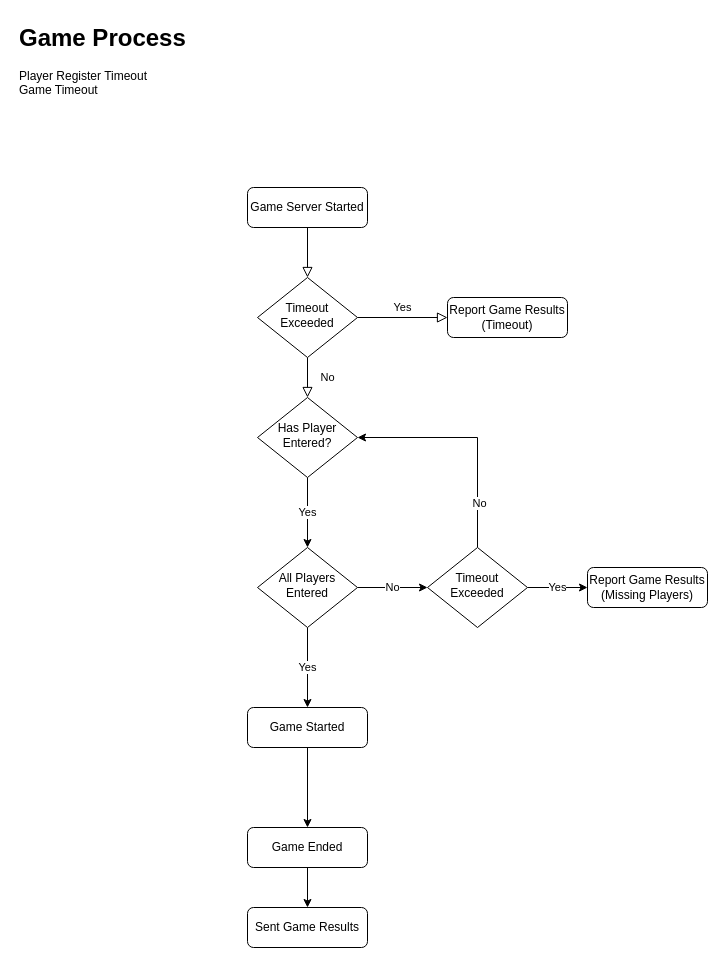
This is extra/GameServerFlow.drawio from CouchPartyGames/OpenTournament, a draw.io file, before an edit. Source tidied: cells renumbered, new cells numbered last; positions are measured from the earlier drawing's top-left corner, leaving out a move shared by most shapes. Both pictures are drawn from the tidied source at 100%, with x=0, y=0 at pixel (17, 17).
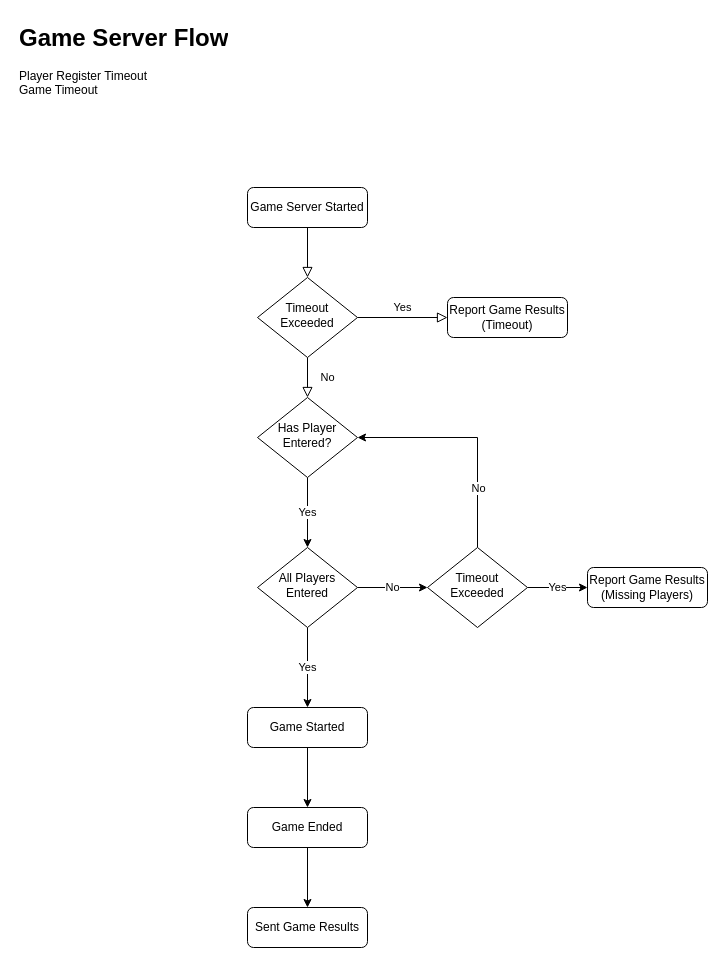
After the change.

Unchanged cells that the change refers to:
```xml
<mxCell id="20" style="edgeStyle=orthogonalEdgeStyle;rounded=0;jettySize=auto;html=1;entryX=1;entryY=0.5;entryDx=0;entryDy=0;" parent="1" edge="1" source="22" target="9">
  <mxGeometry relative="1" as="geometry">
    <Array as="points">
      <mxPoint x="460" y="420" />
    </Array>
  </mxGeometry>
</mxCell>
```

Change to the diagram source:
```diff
@@
     <mxCell id="16" value="Game Ended" style="rounded=1;whiteSpace=wrap;html=1;fontSize=12;glass=0;strokeWidth=1;shadow=0;" parent="1" vertex="1">
-      <mxGeometry x="230" y="810" width="120" height="40" as="geometry" />
+      <mxGeometry x="230" y="790" width="120" height="40" as="geometry" />
     </mxCell>
@@
     <mxCell id="21" value="No" style="edgeLabel;html=1;align=center;verticalAlign=middle;" parent="20" vertex="1">
-      <mxGeometry x="-0.61" y="-1" relative="1" as="geometry" />
+      <mxGeometry x="-0.61" y="-1" relative="1" as="geometry">
+        <mxPoint x="-1" y="-15" as="offset" />
+      </mxGeometry>
     </mxCell>
@@
-    <mxCell id="23" value="&lt;h1 style=&quot;margin-top: 0px;&quot;&gt;Game Process&lt;/h1&gt;&lt;p&gt;Player Register Timeout&lt;br&gt;Game Timeout&lt;/p&gt;" style="text;html=1;whiteSpace=wrap;overflow=hidden;rounded=0;" parent="1" vertex="1">
+    <mxCell id="23" value="&lt;h1 style=&quot;margin-top: 0px;&quot;&gt;Game Server Flow&lt;br&gt;&lt;/h1&gt;&lt;p&gt;Player Register Timeout&lt;br&gt;Game Timeout&lt;/p&gt;" style="text;html=1;whiteSpace=wrap;overflow=hidden;rounded=0;" parent="1" vertex="1">
       <mxGeometry width="300" height="120" as="geometry" />
     </mxCell>
```
